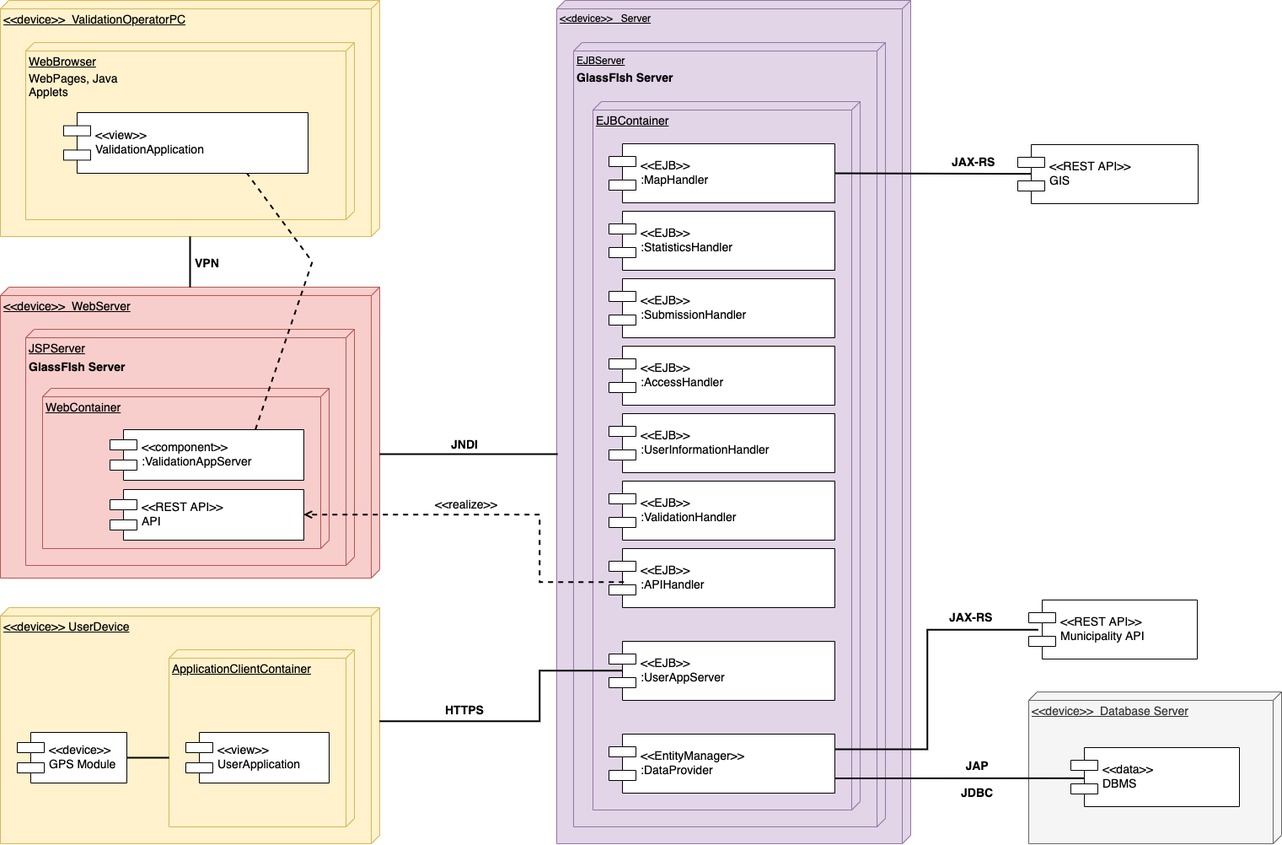
Above: Releases/DD/img/diagrams/deployment.png in amecava/safestreets (draw.io), before the change. Source tidied: cells renumbered, new cells last; positions are measured from the earlier drawing's top-left corner, leaving out a move shared by most shapes.
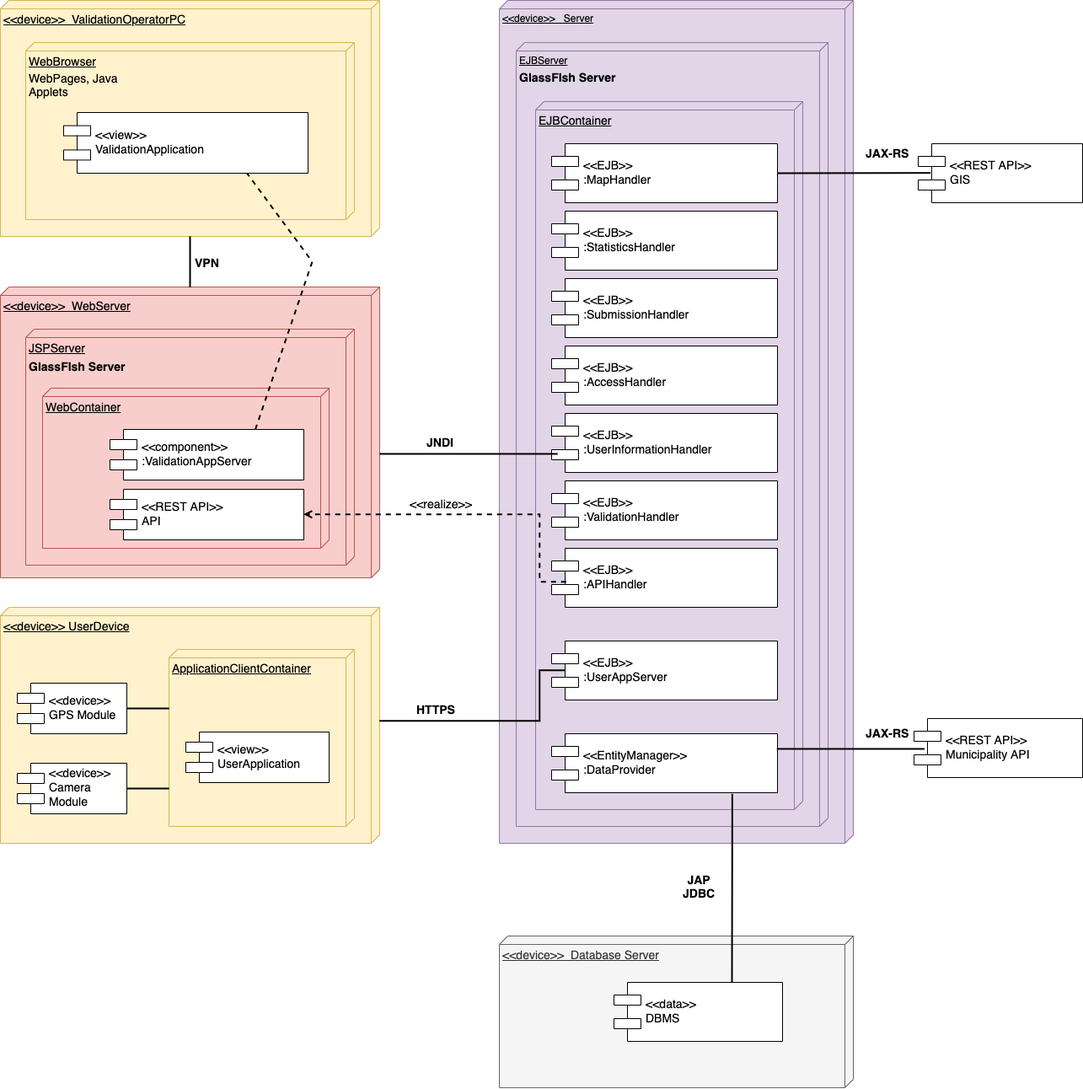
After the commit.

Diff of the diagram source:
```diff
@@ -3,58 +3,53 @@
     <mxCell id="0" />
     <mxCell id="1" parent="0" />
     <mxCell id="2" value="&amp;lt;&amp;lt;device&amp;gt;&amp;gt;&amp;nbsp; &amp;nbsp;Server" style="verticalAlign=top;align=left;spacingTop=8;spacingLeft=2;spacingRight=12;shape=cube;size=10;direction=south;fontStyle=4;html=1;fillColor=#e1d5e7;strokeColor=#9673a6;" parent="1" vertex="1">
-      <mxGeometry x="660" width="420" height="1000" as="geometry" />
+      <mxGeometry x="592" width="420" height="1000" as="geometry" />
     </mxCell>
     <mxCell id="3" value="EJBServer" style="verticalAlign=top;align=left;spacingTop=8;spacingLeft=2;spacingRight=12;shape=cube;size=10;direction=south;fontStyle=4;html=1;fillColor=#e1d5e7;strokeColor=#9673a6;" parent="1" vertex="1">
-      <mxGeometry x="680" y="50" width="370" height="930" as="geometry" />
+      <mxGeometry x="612" y="50" width="370" height="930" as="geometry" />
     </mxCell>
     <mxCell id="4" value="GlassFIsh Server" style="text;html=1;strokeColor=none;fillColor=none;align=left;verticalAlign=middle;whiteSpace=wrap;rounded=0;fontStyle=1;fontSize=14;" parent="1" vertex="1">
-      <mxGeometry x="682" y="81" width="160" height="20" as="geometry" />
+      <mxGeometry x="614" y="81" width="160" height="20" as="geometry" />
     </mxCell>
     <mxCell id="5" value="EJBContainer" style="verticalAlign=top;align=left;spacingTop=8;spacingLeft=2;spacingRight=12;shape=cube;size=10;direction=south;fontStyle=4;html=1;fontSize=14;fillColor=#e1d5e7;strokeColor=#9673a6;" parent="1" vertex="1">
-      <mxGeometry x="703" y="120" width="317" height="840" as="geometry" />
+      <mxGeometry x="635" y="120" width="317" height="840" as="geometry" />
     </mxCell>
     <mxCell id="6" value="&lt;&lt;EJB&gt;&gt;&#10;:MapHandler" style="shape=component;align=left;spacingLeft=36;fontSize=14;" parent="1" vertex="1">
-      <mxGeometry x="722" y="170" width="268" height="70" as="geometry" />
+      <mxGeometry x="654" y="170" width="268" height="70" as="geometry" />
     </mxCell>
     <mxCell id="7" value="&lt;&lt;EJB&gt;&gt;&#10;:StatisticsHandler" style="shape=component;align=left;spacingLeft=36;fontSize=14;" parent="1" vertex="1">
-      <mxGeometry x="722" y="250" width="268" height="70" as="geometry" />
+      <mxGeometry x="654" y="250" width="268" height="70" as="geometry" />
     </mxCell>
     <mxCell id="8" value="&lt;&lt;EJB&gt;&gt;&#10;:SubmissionHandler" style="shape=component;align=left;spacingLeft=36;fontSize=14;" parent="1" vertex="1">
-      <mxGeometry x="722" y="330" width="268" height="70" as="geometry" />
+      <mxGeometry x="654" y="330" width="268" height="70" as="geometry" />
     </mxCell>
     <mxCell id="9" value="&lt;&lt;EJB&gt;&gt;&#10;:AccessHandler" style="shape=component;align=left;spacingLeft=36;fontSize=14;" parent="1" vertex="1">
-      <mxGeometry x="722" y="410" width="268" height="70" as="geometry" />
+      <mxGeometry x="654" y="410" width="268" height="70" as="geometry" />
     </mxCell>
     <mxCell id="10" value="&lt;&lt;EJB&gt;&gt;&#10;:UserInformationHandler" style="shape=component;align=left;spacingLeft=36;fontSize=14;" parent="1" vertex="1">
-      <mxGeometry x="722" y="490" width="268" height="70" as="geometry" />
+      <mxGeometry x="654" y="490" width="268" height="70" as="geometry" />
     </mxCell>
     <mxCell id="11" value="&lt;&lt;EJB&gt;&gt;&#10;:ValidationHandler" style="shape=component;align=left;spacingLeft=36;fontSize=14;" parent="1" vertex="1">
-      <mxGeometry x="722" y="570" width="268" height="70" as="geometry" />
+      <mxGeometry x="654" y="570" width="268" height="70" as="geometry" />
     </mxCell>
     <mxCell id="12" value="&lt;&lt;EJB&gt;&gt;&#10;:APIHandler" style="shape=component;align=left;spacingLeft=36;fontSize=14;" parent="1" vertex="1">
-      <mxGeometry x="722" y="650" width="268" height="70" as="geometry" />
+      <mxGeometry x="654" y="650" width="268" height="70" as="geometry" />
     </mxCell>
     <mxCell id="13" value="&lt;&lt;EntityManager&gt;&gt;&#10;:DataProvider" style="shape=component;align=left;spacingLeft=36;fontSize=14;" parent="1" vertex="1">
-      <mxGeometry x="722" y="870" width="268" height="70" as="geometry" />
+      <mxGeometry x="654" y="870" width="268" height="70" as="geometry" />
     </mxCell>
     <mxCell id="14" value="&lt;&lt;REST API&gt;&gt;&#10;Municipality API" style="shape=component;align=left;spacingLeft=36;fontSize=14;" parent="1" vertex="1">
-      <mxGeometry x="1220" y="711" width="200" height="70" as="geometry" />
+      <mxGeometry x="1084" y="852" width="200" height="70" as="geometry" />
     </mxCell>
     <mxCell id="15" value="&lt;&lt;REST API&gt;&gt;&#10;GIS" style="shape=component;align=left;spacingLeft=36;fontSize=14;" parent="1" vertex="1">
-      <mxGeometry x="1207" y="171" width="214" height="70" as="geometry" />
+      <mxGeometry x="1089" y="170" width="195" height="70" as="geometry" />
     </mxCell>
     <mxCell id="16" style="endArrow=none;html=1;fontSize=14;exitX=1;exitY=0.25;exitDx=0;exitDy=0;strokeWidth=2;entryX=0.059;entryY=0.515;entryDx=0;entryDy=0;entryPerimeter=0;edgeStyle=orthogonalEdgeStyle;rounded=0;" parent="1" edge="1" source="13" target="14">
-      <mxGeometry relative="1" as="geometry">
-        <Array as="points">
-          <mxPoint x="1100" y="888" />
-          <mxPoint x="1100" y="746" />
-        </Array>
-      </mxGeometry>
+      <mxGeometry relative="1" as="geometry" />
     </mxCell>
     <mxCell id="17" value="JAX-RS" style="text;html=1;align=center;verticalAlign=middle;labelBackgroundColor=#ffffff;fontSize=14;fontStyle=1;" parent="16" vertex="1">
       <mxGeometry x="0.15" y="1" relative="1" as="geometry">
-        <mxPoint x="51.5" y="-48" as="offset" />
+        <mxPoint x="30.5" y="-19" as="offset" />
       </mxGeometry>
     </mxCell>
     <mxCell id="18" style="endArrow=none;html=1;fontSize=14;exitX=1;exitY=0.5;exitDx=0;exitDy=0;strokeWidth=2;entryX=0.075;entryY=0.495;entryDx=0;entryDy=0;entryPerimeter=0;" parent="1" edge="1" source="6" target="15">
@@ -62,7 +57,7 @@
     </mxCell>
     <mxCell id="19" value="JAX-RS" style="text;html=1;align=center;verticalAlign=middle;labelBackgroundColor=#ffffff;fontSize=14;fontStyle=1;" parent="18" vertex="1">
       <mxGeometry x="0.1" y="-1" relative="1" as="geometry">
-        <mxPoint x="35" y="-16" as="offset" />
+        <mxPoint x="30" y="-26" as="offset" />
       </mxGeometry>
     </mxCell>
     <mxCell id="20" value="&amp;lt;&amp;lt;device&amp;gt;&amp;gt; UserDevice" style="verticalAlign=top;align=left;spacingTop=8;spacingLeft=2;spacingRight=12;shape=cube;size=10;direction=south;fontStyle=4;html=1;fontSize=14;fillColor=#fff2cc;strokeColor=#d6b656;" parent="1" vertex="1">
@@ -75,11 +70,11 @@
       <mxGeometry x="220" y="868" width="170" height="60" as="geometry" />
     </mxCell>
     <mxCell id="23" value="&lt;&lt;device&gt;&gt;&#10;GPS Module" style="shape=component;align=left;spacingLeft=36;fontSize=14;" parent="1" vertex="1">
-      <mxGeometry x="20" y="868" width="130" height="60" as="geometry" />
+      <mxGeometry x="20" y="810" width="130" height="60" as="geometry" />
     </mxCell>
     <mxCell id="24" style="endArrow=none;html=1;strokeWidth=2;fontSize=14;exitX=1;exitY=0.5;exitDx=0;exitDy=0;" parent="1" edge="1" source="23">
       <mxGeometry relative="1" as="geometry">
-        <mxPoint x="200" y="898" as="targetPoint" />
+        <mxPoint x="200" y="840" as="targetPoint" />
       </mxGeometry>
     </mxCell>
     <mxCell id="25" style="endArrow=none;html=1;strokeWidth=2;fontSize=14;exitX=0;exitY=0;exitDx=135;exitDy=0;exitPerimeter=0;entryX=0.066;entryY=0.495;entryDx=0;entryDy=0;entryPerimeter=0;edgeStyle=orthogonalEdgeStyle;rounded=0;" parent="1" edge="1" source="20" target="35">
@@ -96,17 +91,17 @@
       </mxGeometry>
     </mxCell>
     <mxCell id="27" value="&amp;lt;&amp;lt;device&amp;gt;&amp;gt;&amp;nbsp; Database Server" style="verticalAlign=top;align=left;spacingTop=8;spacingLeft=2;spacingRight=12;shape=cube;size=10;direction=south;fontStyle=4;html=1;fontSize=14;fillColor=#f5f5f5;strokeColor=#666666;fontColor=#333333;" parent="1" vertex="1">
-      <mxGeometry x="1220" y="820" width="300" height="180" as="geometry" />
+      <mxGeometry x="592" y="1110" width="420" height="180" as="geometry" />
     </mxCell>
     <mxCell id="28" value="&lt;&lt;data&gt;&gt;&#10;DBMS" style="shape=component;align=left;spacingLeft=36;fontSize=14;" parent="1" vertex="1">
-      <mxGeometry x="1270" y="886" width="200" height="70" as="geometry" />
+      <mxGeometry x="728" y="1165" width="200" height="70" as="geometry" />
     </mxCell>
-    <mxCell id="29" style="endArrow=none;html=1;strokeWidth=2;fontSize=14;entryX=0.082;entryY=0.519;entryDx=0;entryDy=0;entryPerimeter=0;exitX=1;exitY=0.75;exitDx=0;exitDy=0;rounded=0;" parent="1" edge="1" source="13" target="28">
+    <mxCell id="29" style="endArrow=none;html=1;strokeWidth=2;fontSize=14;entryX=0.7;entryY=-0.005;entryDx=0;entryDy=0;rounded=0;entryPerimeter=0;exitX=0.8;exitY=1.019;exitDx=0;exitDy=0;exitPerimeter=0;" parent="1" edge="1" source="13" target="28">
       <mxGeometry relative="1" as="geometry" />
     </mxCell>
-    <mxCell id="30" value="&lt;b&gt;JAP&lt;br&gt;&lt;br&gt;JDBC&lt;/b&gt;" style="text;html=1;align=center;verticalAlign=middle;labelBackgroundColor=none;fontSize=14;" parent="29" vertex="1">
+    <mxCell id="30" value="&lt;b&gt;JAP&lt;br&gt;JDBC&lt;/b&gt;" style="text;html=1;align=center;verticalAlign=middle;labelBackgroundColor=none;fontSize=14;" parent="29" vertex="1">
       <mxGeometry x="0.39" y="-3" relative="1" as="geometry">
-        <mxPoint x="-36.5" y="-3" as="offset" />
+        <mxPoint x="-37" y="-46.5" as="offset" />
       </mxGeometry>
     </mxCell>
     <mxCell id="31" value="&amp;lt;&amp;lt;device&amp;gt;&amp;gt;&amp;nbsp; WebServer" style="verticalAlign=top;align=left;spacingTop=8;spacingLeft=2;spacingRight=12;shape=cube;size=10;direction=south;fontStyle=4;html=1;labelBackgroundColor=none;fontSize=14;fillColor=#f8cecc;strokeColor=#b85450;" parent="1" vertex="1">
@@ -122,7 +117,7 @@
       <mxGeometry x="50" y="460" width="340" height="190" as="geometry" />
     </mxCell>
     <mxCell id="35" value="&lt;&lt;EJB&gt;&gt;&#10;:UserAppServer" style="shape=component;align=left;spacingLeft=36;fontSize=14;" parent="1" vertex="1">
-      <mxGeometry x="722" y="760" width="268" height="70" as="geometry" />
+      <mxGeometry x="654" y="760" width="268" height="70" as="geometry" />
     </mxCell>
     <mxCell id="36" value="&amp;lt;&amp;lt;device&amp;gt;&amp;gt;&amp;nbsp; ValidationOperatorPC" style="verticalAlign=top;align=left;spacingTop=8;spacingLeft=2;spacingRight=12;shape=cube;size=10;direction=south;fontStyle=4;html=1;fontSize=14;fillColor=#fff2cc;strokeColor=#d6b656;" parent="1" vertex="1">
       <mxGeometry width="450" height="280" as="geometry" />
@@ -160,7 +155,7 @@
     </mxCell>
     <mxCell id="44" value="&lt;b&gt;JNDI&lt;/b&gt;" style="text;html=1;align=center;verticalAlign=middle;labelBackgroundColor=none;fontSize=14;" parent="43" vertex="1">
       <mxGeometry x="0.39" y="-3" relative="1" as="geometry">
-        <mxPoint x="-46.5" y="-16" as="offset" />
+        <mxPoint x="-75.5" y="-18" as="offset" />
       </mxGeometry>
     </mxCell>
     <mxCell id="45" style="endArrow=none;html=1;strokeWidth=2;fontSize=14;exitX=0;exitY=0.5;exitDx=0;exitDy=0;exitPerimeter=0;" parent="1" edge="1" source="31">
@@ -183,5 +178,13 @@
     <mxCell id="48" value="&lt;span style=&quot;font-weight: normal&quot;&gt;WebPages, Java Applets&lt;/span&gt;" style="text;html=1;strokeColor=none;fillColor=none;align=left;verticalAlign=middle;whiteSpace=wrap;rounded=0;fontStyle=1;fontSize=14;" parent="1" vertex="1">
       <mxGeometry x="32" y="82" width="160" height="20" as="geometry" />
     </mxCell>
+    <mxCell id="49" value="&lt;&lt;device&gt;&gt;&#10;Camera &#10;Module" style="shape=component;align=left;spacingLeft=36;fontSize=14;" parent="1" vertex="1">
+      <mxGeometry x="20" y="905" width="130" height="60" as="geometry" />
+    </mxCell>
+    <mxCell id="50" style="endArrow=none;html=1;strokeWidth=2;fontSize=14;exitX=1;exitY=0.5;exitDx=0;exitDy=0;" parent="1" edge="1" source="49">
+      <mxGeometry relative="1" as="geometry">
+        <mxPoint x="200" y="935" as="targetPoint" />
+      </mxGeometry>
+    </mxCell>
   </root>
 </mxGraphModel>
```
